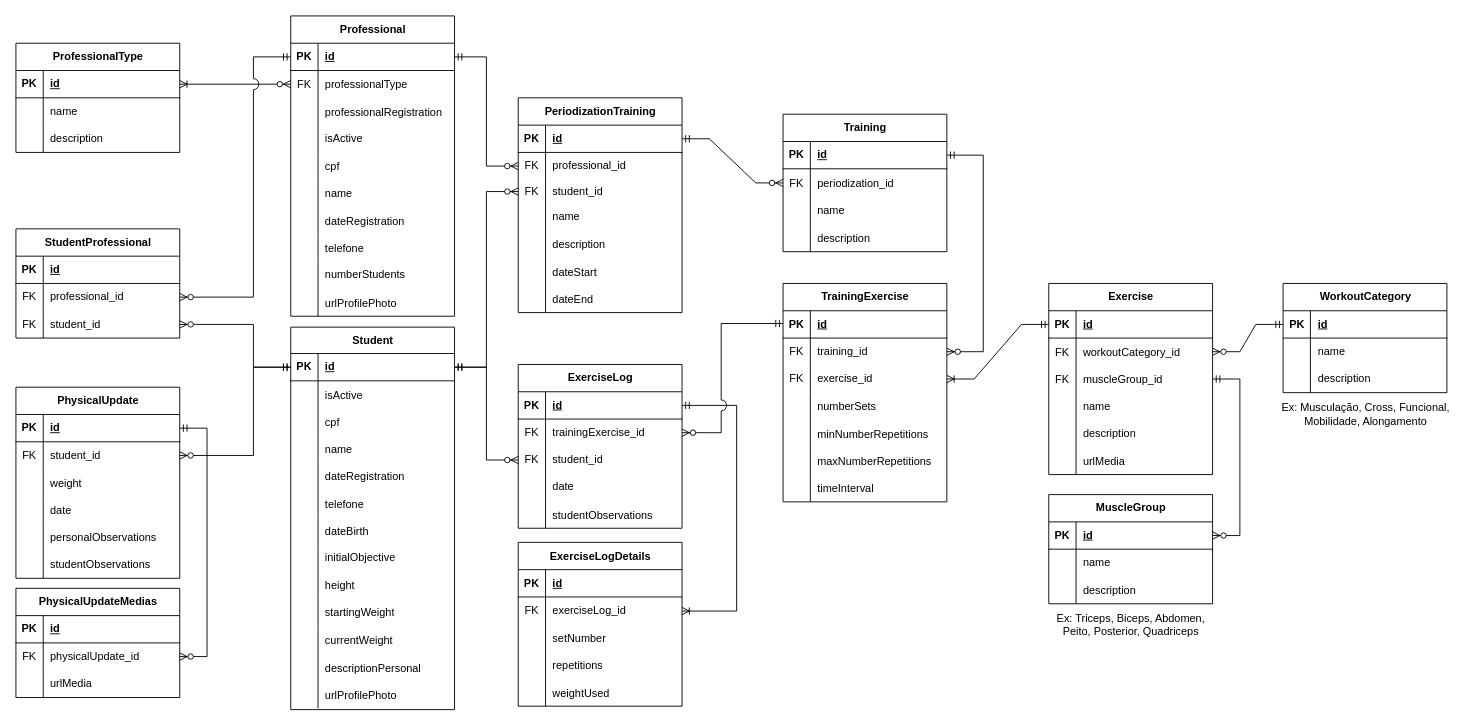
This is Docs/Diagrams/ER-v2.drawio from GubioGarcia/Training, a draw.io file, before an edit. Source tidied: cells renumbered, new cells numbered last; positions are measured from the earlier drawing's top-left corner, leaving out a move shared by most shapes. Both pictures are drawn from the tidied source at 91%, with x=0, y=0 at pixel (15, 15).
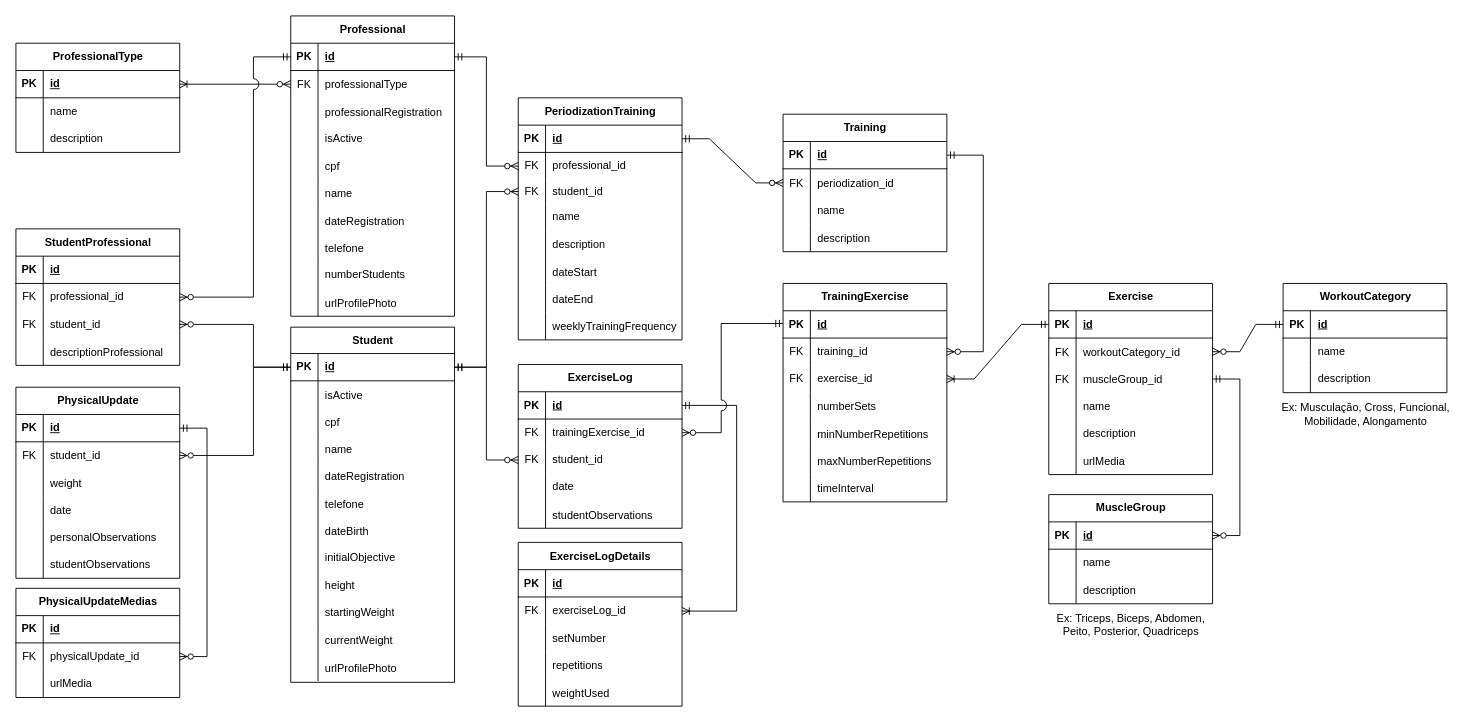
The same page after the edit.

Change to the diagram source:
```diff
@@
     <mxCell id="33" value="Student" style="shape=table;startSize=29;childLayout=tableLayout;rowLines=0;fontStyle=1;align=center;html=1;" parent="1" vertex="1">
-      <mxGeometry x="302" y="342" width="180" height="420.3" as="geometry" />
+      <mxGeometry x="302" y="342" width="180" height="390.3" as="geometry" />
     </mxCell>
@@
-    <mxCell id="67" style="shape=tableRow;horizontal=0;startSize=0;swimlaneHead=0;swimlaneBody=0;fillColor=none;top=0;left=0;right=0;bottom=0;" parent="33" vertex="1">
-      <mxGeometry y="359" width="180" height="30" as="geometry" />
-    </mxCell>
-    <mxCell id="68" style="shape=partialRectangle;fillColor=none;top=0;left=0;bottom=0;right=0;overflow=hidden;" parent="67" vertex="1">
-      <mxGeometry width="30" height="30" as="geometry" />
-    </mxCell>
-    <mxCell id="69" value="descriptionPersonal" style="shape=partialRectangle;fillColor=none;top=0;left=0;bottom=0;right=0;align=left;spacingLeft=6;overflow=hidden;" parent="67" vertex="1">
-      <mxGeometry x="30" width="150" height="30" as="geometry" />
-    </mxCell>
     <mxCell id="70" style="shape=tableRow;horizontal=0;startSize=0;swimlaneHead=0;swimlaneBody=0;fillColor=none;top=0;left=0;right=0;bottom=0;" parent="33" vertex="1">
-      <mxGeometry y="389" width="180" height="30" as="geometry" />
+      <mxGeometry y="359" width="180" height="30" as="geometry" />
     </mxCell>
@@
     <mxCell id="73" value="Periodization&lt;b style=&quot;border-color: var(--border-color);&quot;&gt;Training&lt;/b&gt;" style="shape=table;startSize=30;childLayout=tableLayout;rowLines=0;fontStyle=1;align=center;html=1;" parent="1" vertex="1">
-      <mxGeometry x="552" y="90" width="180" height="236" as="geometry" />
+      <mxGeometry x="552" y="90" width="180" height="266" as="geometry" />
     </mxCell>
@@
+    <mxCell id="267" style="shape=tableRow;horizontal=0;startSize=0;swimlaneHead=0;swimlaneBody=0;fillColor=none;top=0;left=0;right=0;bottom=0;" parent="73" vertex="1">
+      <mxGeometry y="236" width="180" height="30" as="geometry" />
+    </mxCell>
+    <mxCell id="268" style="shape=partialRectangle;fillColor=none;top=0;left=0;bottom=0;right=0;overflow=hidden;" parent="267" vertex="1">
+      <mxGeometry width="30" height="30" as="geometry" />
+    </mxCell>
+    <mxCell id="269" value="weeklyTrainingFrequency" style="shape=partialRectangle;fillColor=none;top=0;left=0;bottom=0;right=0;align=left;spacingLeft=6;overflow=hidden;" parent="267" vertex="1">
+      <mxGeometry x="30" width="150" height="30" as="geometry" />
+    </mxCell>
@@
     <mxCell id="254" value="StudentProfessional" style="shape=table;startSize=30;childLayout=tableLayout;rowLines=0;fontStyle=1;align=center;html=1;" parent="1" vertex="1">
-      <mxGeometry y="234" width="180" height="120" as="geometry" />
+      <mxGeometry y="234" width="180" height="150" as="geometry" />
     </mxCell>
@@
+    <mxCell id="270" style="shape=tableRow;horizontal=0;startSize=0;swimlaneHead=0;swimlaneBody=0;fillColor=none;top=0;left=0;right=0;bottom=0;" parent="254" vertex="1">
+      <mxGeometry y="120" width="180" height="30" as="geometry" />
+    </mxCell>
+    <mxCell id="271" style="shape=partialRectangle;fillColor=none;top=0;left=0;bottom=0;right=0;overflow=hidden;" parent="270" vertex="1">
+      <mxGeometry width="30" height="30" as="geometry" />
+    </mxCell>
+    <mxCell id="272" value="descriptionProfessional" style="shape=partialRectangle;fillColor=none;top=0;left=0;bottom=0;right=0;align=left;spacingLeft=6;overflow=hidden;" parent="270" vertex="1">
+      <mxGeometry x="30" width="150" height="30" as="geometry" />
+    </mxCell>
```
